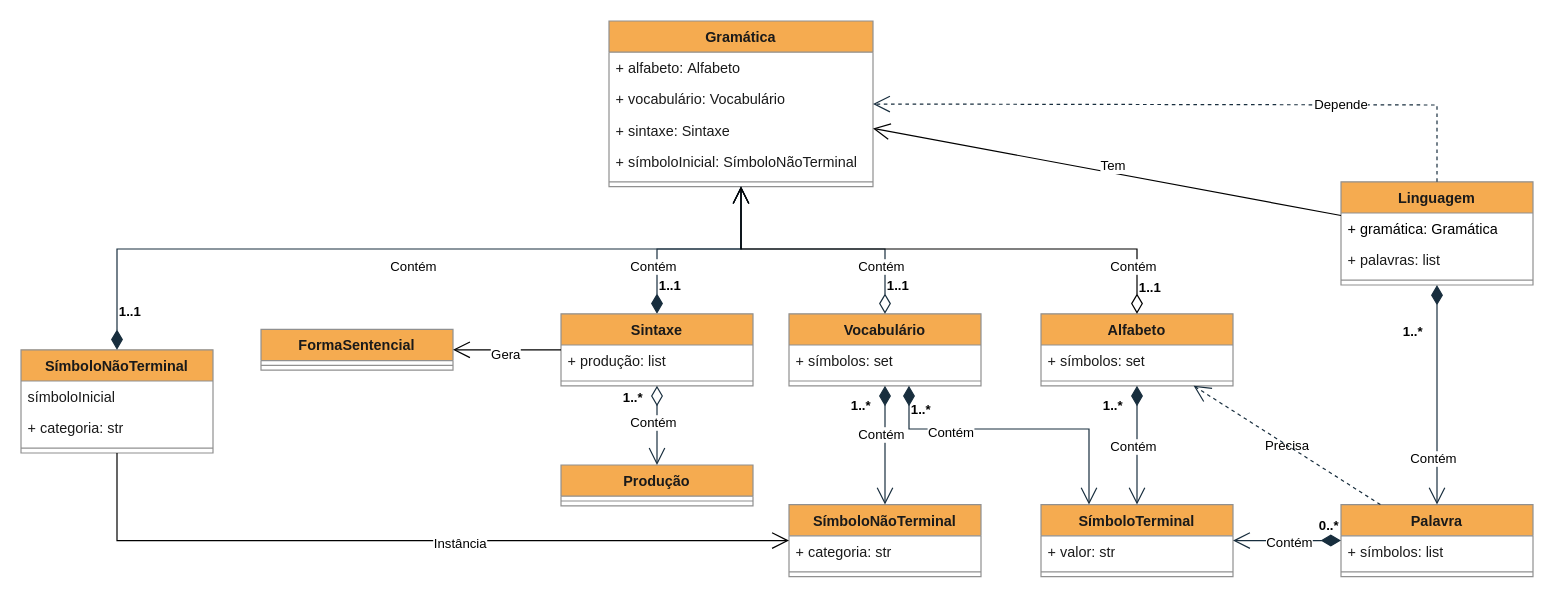
Above: Diagrama UML.drawio in LiloMarino/LFA (draw.io), before the change. Source tidied: cells renumbered, new cells numbered last; positions are measured from the earlier drawing's top-left corner, leaving out a move shared by most shapes. Both pictures are drawn from the tidied source at 120%, with x=0, y=0 at pixel (20, 20).
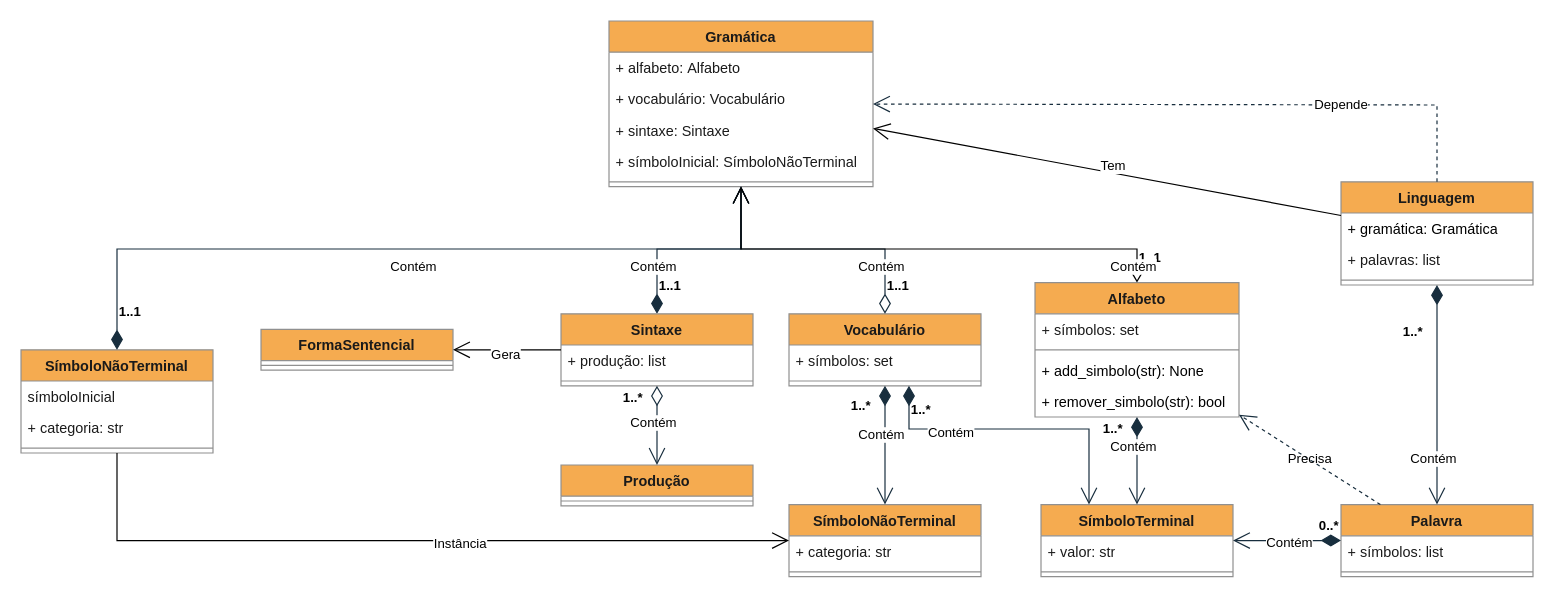
The same page after the edit.

Diff of the diagram source:
```diff
@@
     <mxCell id="5" value="Alfabeto" style="swimlane;fontStyle=1;align=center;verticalAlign=top;horizontal=1;startSize=26;whiteSpace=wrap;html=1;labelBackgroundColor=none;fillColor=#F5AB50;strokeColor=#909090;fontColor=#1A1A1A;" parent="1" vertex="1">
-      <mxGeometry x="850" y="244" width="160" height="60" as="geometry" />
+      <mxGeometry x="845" y="218" width="170" height="112" as="geometry" />
     </mxCell>
     <mxCell id="6" value="+ símbolos: set" style="text;strokeColor=none;fillColor=none;align=left;verticalAlign=top;spacingLeft=4;spacingRight=4;overflow=hidden;whiteSpace=wrap;html=1;labelBackgroundColor=none;fontColor=#1A1A1A;" parent="5" vertex="1">
-      <mxGeometry y="26" width="160" height="26" as="geometry" />
+      <mxGeometry y="26" width="170" height="26" as="geometry" />
     </mxCell>
     <mxCell id="7" style="line;strokeWidth=1;fillColor=none;align=left;verticalAlign=middle;spacingTop=-1;spacingLeft=3;spacingRight=3;labelPosition=right;strokeColor=#909090;labelBackgroundColor=none;fontColor=#1A1A1A;" parent="5" vertex="1">
-      <mxGeometry y="52" width="160" height="8" as="geometry" />
+      <mxGeometry y="52" width="170" height="8" as="geometry" />
     </mxCell>
+    <mxCell id="66" value="+ add_simbolo(str): None" style="text;strokeColor=none;fillColor=none;align=left;verticalAlign=top;spacingLeft=4;spacingRight=4;overflow=hidden;whiteSpace=wrap;html=1;" parent="5" vertex="1">
+      <mxGeometry y="60" width="170" height="26" as="geometry" />
+    </mxCell>
+    <mxCell id="67" value="+ remover_simbolo(str): bool" style="text;strokeColor=none;fillColor=none;align=left;verticalAlign=top;spacingLeft=4;spacingRight=4;overflow=hidden;whiteSpace=wrap;html=1;" parent="5" vertex="1">
+      <mxGeometry y="86" width="170" height="26" as="geometry" />
+    </mxCell>
```
